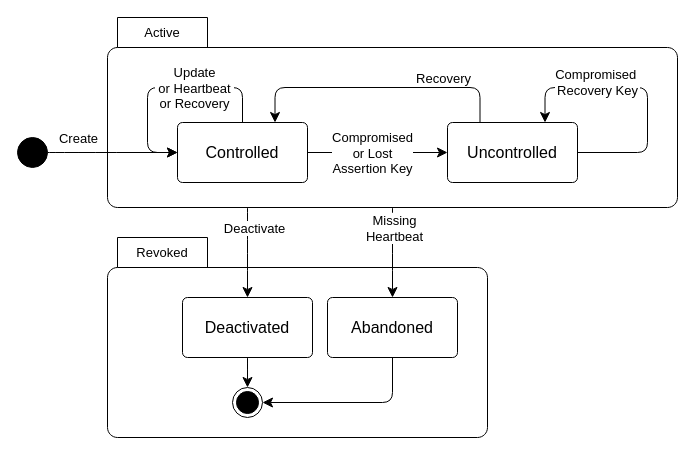
The draw.io diagram diagrams/did-cel-log-lifecycle.drawio in w3c-ccg/did-cel-spec, before the edit. Source tidied: cells renumbered, new cells numbered last; positions are measured from the earlier drawing's top-left corner, leaving out a move shared by most shapes. Both pictures are drawn from the tidied source at 100%, with x=0, y=0 at pixel (17, 17).
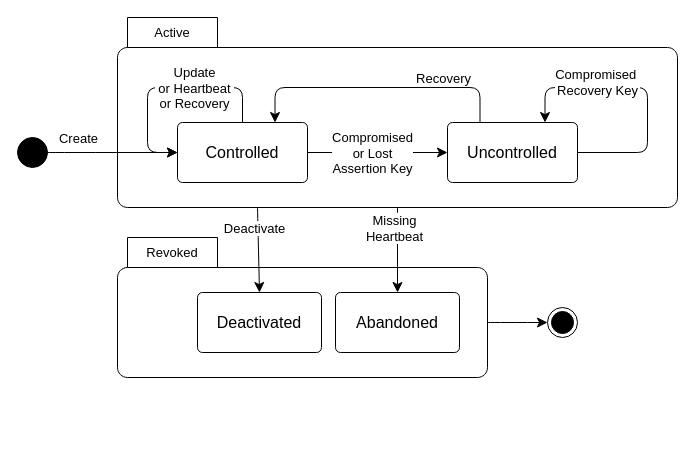
After the change.

Commit message (it also covers changes not shown here):
Simplify CEL lifecycle diagram terminal state transition

Change to the diagram source:
```diff
@@
     <mxCell id="2" value="&lt;font style=&quot;font-size: 13px;&quot;&gt;Revoked&lt;/font&gt;" style="shape=folder;align=center;verticalAlign=middle;fontStyle=0;tabWidth=100;tabHeight=30;tabPosition=left;html=1;boundedLbl=1;labelInHeader=1;rounded=1;absoluteArcSize=1;arcSize=10;whiteSpace=wrap;fillColor=none;" parent="1" vertex="1">
-      <mxGeometry x="90" y="220" width="380" height="200" as="geometry" />
+      <mxGeometry x="100" y="220" width="370" height="140" as="geometry" />
     </mxCell>
     <mxCell id="3" value="&lt;font style=&quot;font-size: 13px;&quot;&gt;Active&lt;/font&gt;" style="shape=folder;align=center;verticalAlign=middle;fontStyle=0;tabWidth=100;tabHeight=30;tabPosition=left;html=1;boundedLbl=1;labelInHeader=1;rounded=1;absoluteArcSize=1;arcSize=10;whiteSpace=wrap;fillColor=none;" parent="1" vertex="1">
-      <mxGeometry x="90" width="570" height="190" as="geometry" />
+      <mxGeometry x="100" width="560" height="190" as="geometry" />
     </mxCell>
@@
-    <mxCell id="8" style="edgeStyle=none;curved=1;rounded=1;jettySize=auto;html=1;entryX=0.5;entryY=0;entryDx=0;entryDy=0;fontSize=12;startSize=8;endSize=8;" parent="1" edge="1" target="15">
-      <mxGeometry relative="1" as="geometry">
-        <mxPoint x="230" y="190" as="sourcePoint" />
-      </mxGeometry>
+    <mxCell id="8" style="edgeStyle=none;curved=1;rounded=1;jettySize=auto;html=1;entryX=0.5;entryY=0;entryDx=0;entryDy=0;fontSize=12;startSize=8;endSize=8;exitX=0.25;exitY=1;exitDx=0;exitDy=0;exitPerimeter=0;" parent="1" edge="1" source="3" target="15">
+      <mxGeometry relative="1" as="geometry" />
     </mxCell>
@@
-    <mxCell id="10" style="edgeStyle=orthogonalEdgeStyle;rounded=1;jettySize=auto;html=1;fontSize=12;startSize=8;endSize=8;exitX=0.5;exitY=1;exitDx=0;exitDy=0;" parent="1" edge="1" source="11" target="16">
-      <mxGeometry relative="1" as="geometry">
-        <Array as="points">
-          <mxPoint x="375" y="385" />
-        </Array>
-      </mxGeometry>
-    </mxCell>
     <mxCell id="11" value="Abandoned" style="html=1;align=center;verticalAlign=middle;rounded=1;absoluteArcSize=1;arcSize=10;whiteSpace=wrap;fontSize=16;gradientColor=none;strokeColor=default;fillColor=none;" parent="1" vertex="1">
-      <mxGeometry x="310" y="280" width="130" height="60" as="geometry" />
+      <mxGeometry x="318" y="275" width="124" height="60" as="geometry" />
     </mxCell>
@@
-    <mxCell id="14" style="edgeStyle=none;curved=1;rounded=1;jettySize=auto;html=1;fontSize=12;startSize=8;endSize=8;" parent="1" edge="1" source="15" target="16">
+    <mxCell id="14" style="edgeStyle=none;curved=1;rounded=1;jettySize=auto;html=1;fontSize=12;startSize=8;endSize=8;exitX=0;exitY=0;exitDx=370;exitDy=85;exitPerimeter=0;" parent="1" edge="1" source="2" target="16">
       <mxGeometry relative="1" as="geometry" />
     </mxCell>
     <mxCell id="15" value="Deactivated" style="html=1;align=center;verticalAlign=middle;rounded=1;absoluteArcSize=1;arcSize=10;dashed=0;whiteSpace=wrap;fontSize=16;glass=0;shadow=0;fillColor=none;" parent="1" vertex="1">
-      <mxGeometry x="165" y="280" width="130" height="60" as="geometry" />
+      <mxGeometry x="180" y="275" width="124" height="60" as="geometry" />
     </mxCell>
     <mxCell id="16" style="ellipse;html=1;shape=endState;fillColor=strokeColor;rounded=1;" parent="1" vertex="1">
-      <mxGeometry x="215" y="370" width="30" height="30" as="geometry" />
+      <mxGeometry x="530" y="290" width="30" height="30" as="geometry" />
     </mxCell>
```
